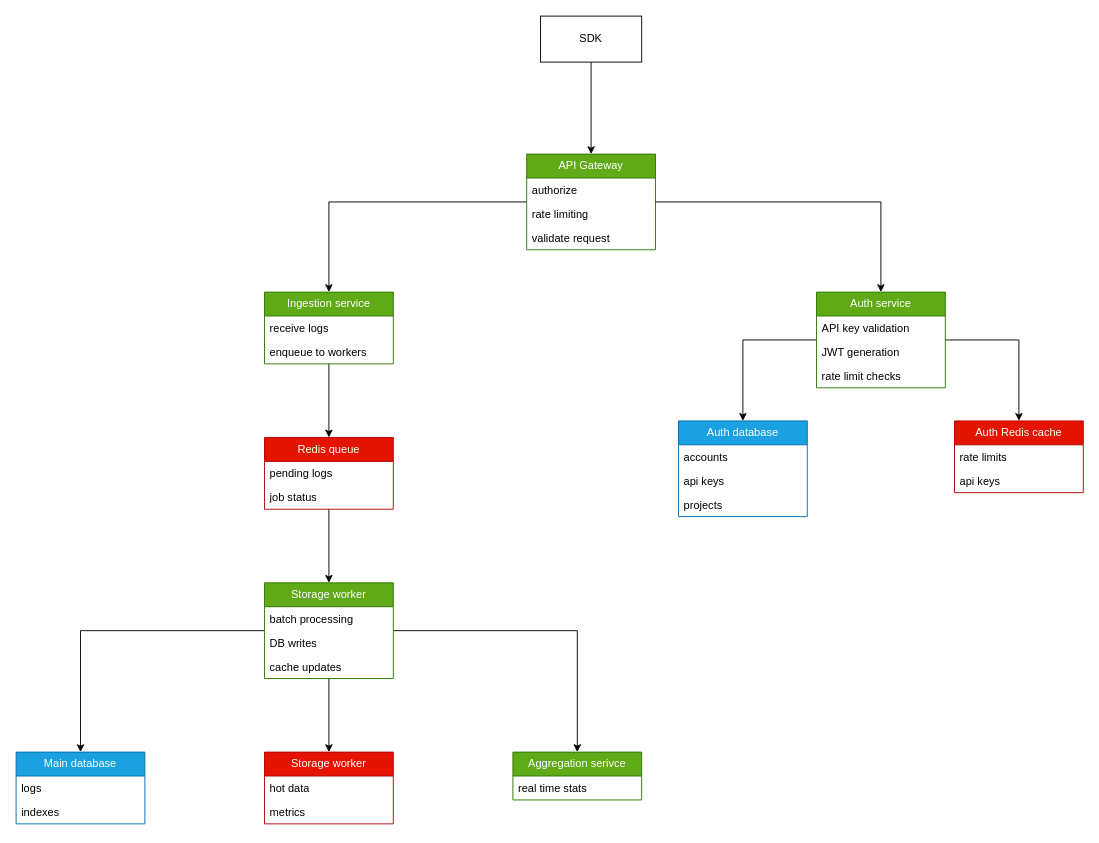
The draw.io diagram diagrams/architecture.drawio in JakubTuta/Ledger-APP, before the edit. Source tidied: cells renumbered, new cells numbered last; positions are measured from the earlier drawing's top-left corner, leaving out a move shared by most shapes. Both pictures are drawn from the tidied source at 92%, with x=0, y=0 at pixel (16, 16).
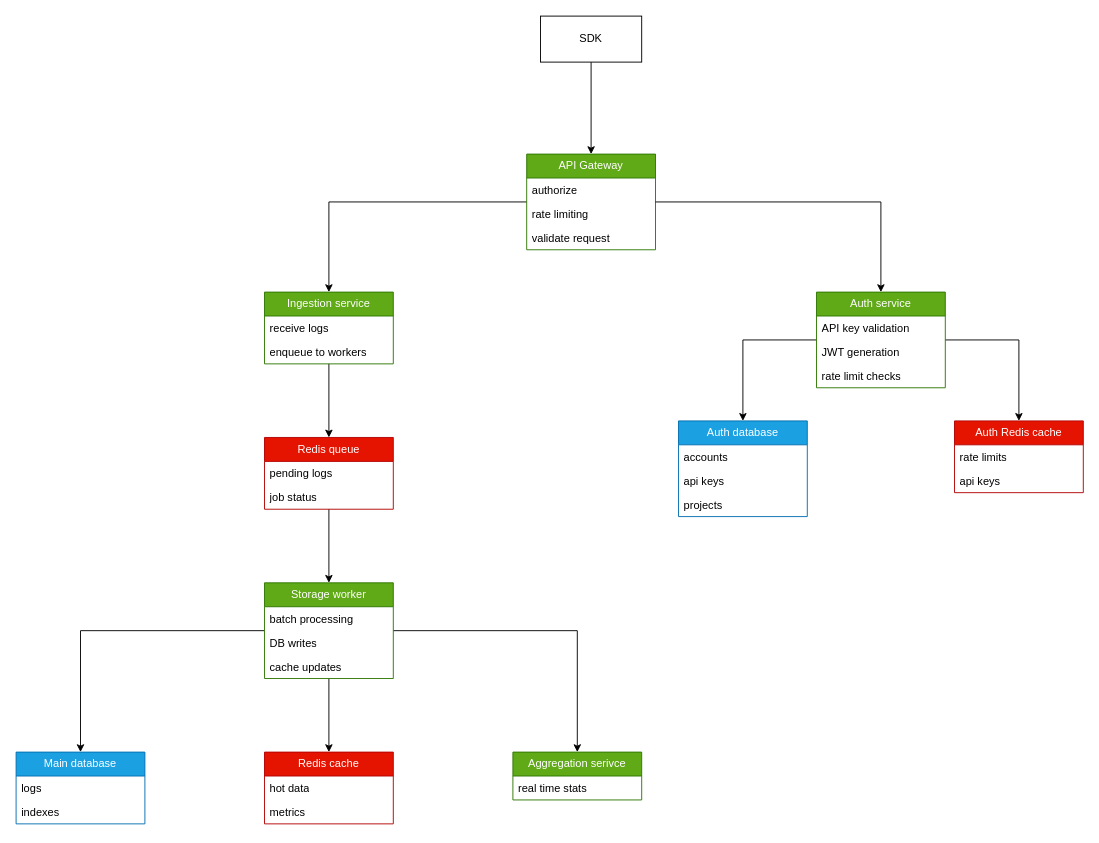
The same page after the edit.

What changed in the source:
```diff
@@
-    <mxCell id="41" value="Storage worker" style="swimlane;fontStyle=0;horizontal=1;startSize=26;fillColor=#e51400;whiteSpace=wrap;html=1;fontColor=#ffffff;strokeColor=#B20000;" parent="1" vertex="1">
+    <mxCell id="41" value="Redis cache" style="swimlane;fontStyle=0;horizontal=1;startSize=26;fillColor=#e51400;whiteSpace=wrap;html=1;fontColor=#ffffff;strokeColor=#B20000;" parent="1" vertex="1">
       <mxGeometry x="270" y="800" width="140" height="78" as="geometry" />
     </mxCell>
```
